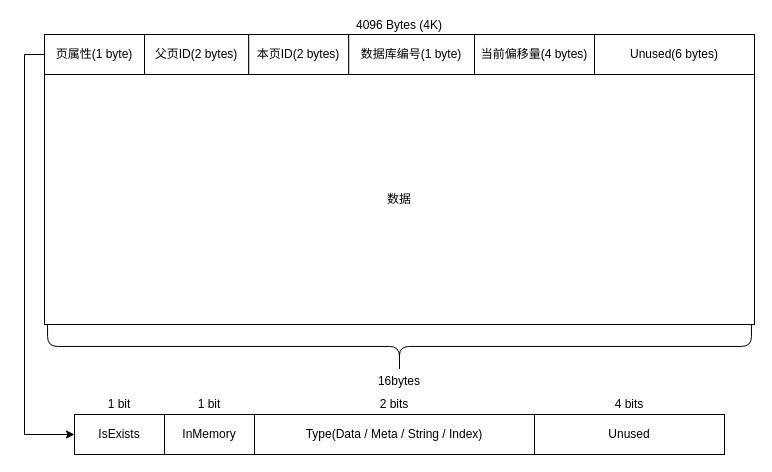
Above: docs/draw.io/文件页编码.drawio in caoaolong/csdb-teach (draw.io), before the change. Source tidied: cells renumbered, new cells numbered last; positions are measured from the earlier drawing's top-left corner, leaving out a move shared by most shapes. Both pictures are drawn from the tidied source at 100%, with x=0, y=0 at pixel (24, -6).
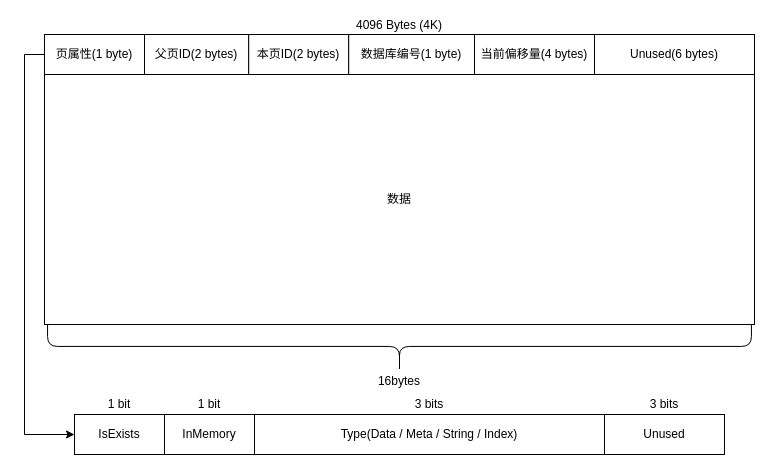
The same diagram, later.

The change refers to these unchanged cells:
```xml
<mxCell id="10" style="group;" parent="1" vertex="1">
  <mxGeometry x="50" y="400" width="650" height="60" as="geometry" />
</mxCell>
```

Diff of the diagram source:
```diff
@@
     <mxCell id="13" value="Type(Data / Meta / String / Index)" style="rounded=0;whiteSpace=wrap;html=1;" parent="10" vertex="1">
-      <mxGeometry x="180" y="20" width="280" height="40" as="geometry" />
+      <mxGeometry x="180" y="20" width="350" height="40" as="geometry" />
     </mxCell>
@@
-    <mxCell id="16" value="2 bits" style="text;html=1;align=center;verticalAlign=middle;whiteSpace=wrap;rounded=0;" parent="10" vertex="1">
-      <mxGeometry x="180" width="280" height="20" as="geometry" />
+    <mxCell id="16" value="3 bits" style="text;html=1;align=center;verticalAlign=middle;whiteSpace=wrap;rounded=0;" parent="10" vertex="1">
+      <mxGeometry x="180" width="350" height="20" as="geometry" />
     </mxCell>
     <mxCell id="17" value="Unused" style="rounded=0;whiteSpace=wrap;html=1;" parent="10" vertex="1">
-      <mxGeometry x="460" y="20" width="190" height="40" as="geometry" />
+      <mxGeometry x="530" y="20" width="120" height="40" as="geometry" />
     </mxCell>
-    <mxCell id="18" value="4 bits" style="text;html=1;align=center;verticalAlign=middle;whiteSpace=wrap;rounded=0;" parent="10" vertex="1">
-      <mxGeometry x="460" width="190" height="20" as="geometry" />
+    <mxCell id="18" value="3 bits" style="text;html=1;align=center;verticalAlign=middle;whiteSpace=wrap;rounded=0;" parent="10" vertex="1">
+      <mxGeometry x="530" width="120" height="20" as="geometry" />
     </mxCell>
```
